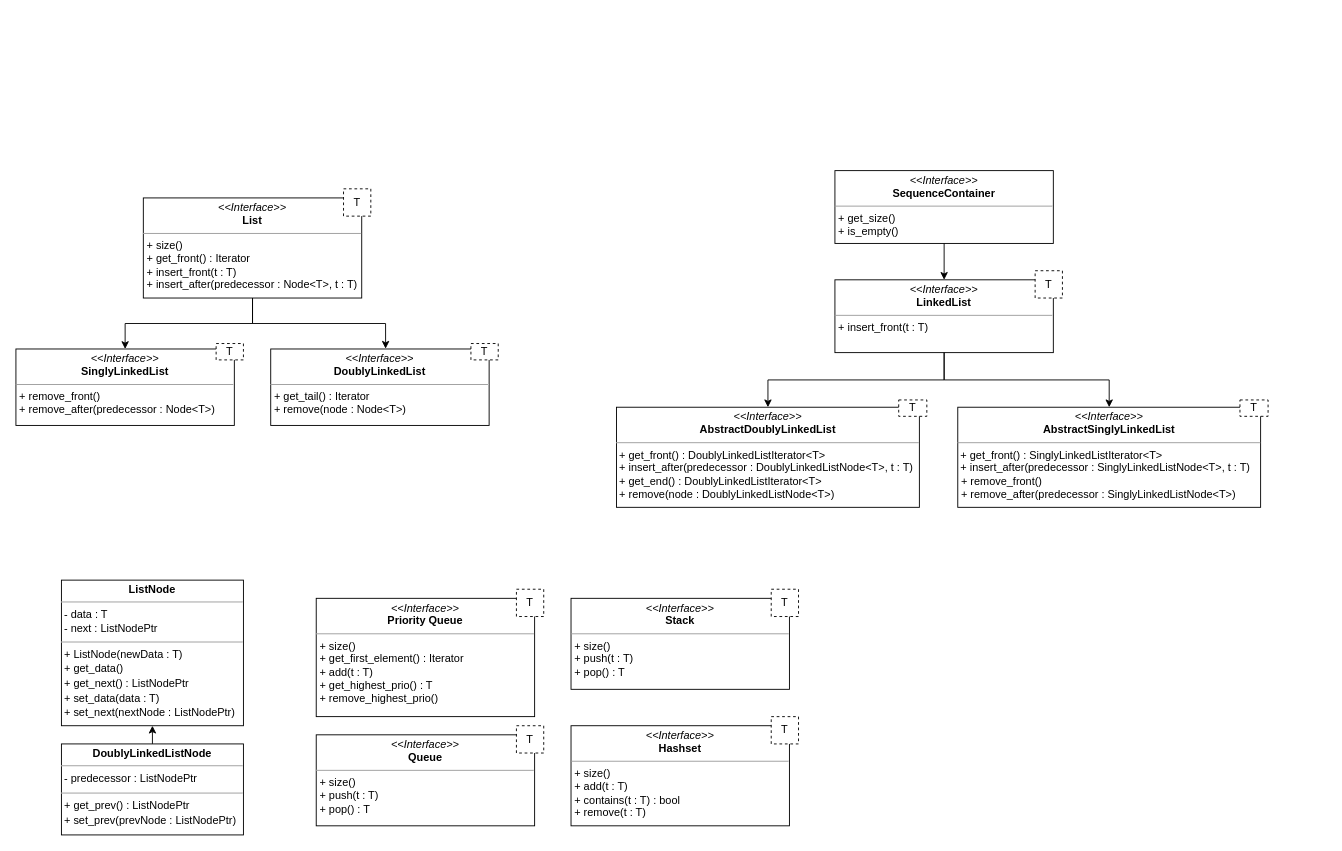
Above: docs/Implementation Details/implementatio_details.drawio in christiangoerdes/Data-Structures (draw.io), before the change. Source tidied: cells renumbered, new cells numbered last; positions are measured from the earlier drawing's top-left corner, leaving out a move shared by most shapes. Both pictures are drawn from the tidied source at 91%, with x=0, y=0 at pixel (15, 161).
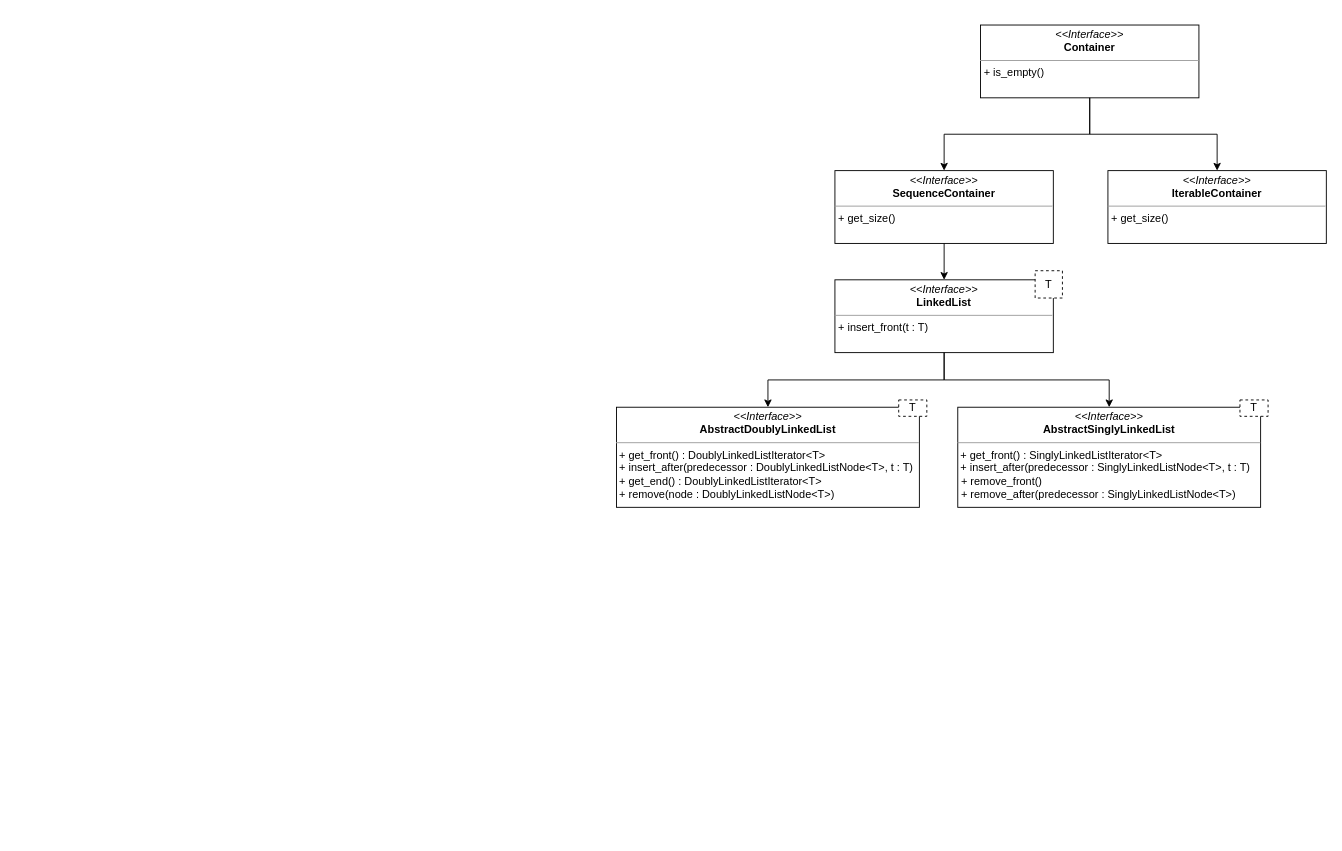
The same page after the edit.

Unchanged cells that the change refers to:
```xml
<mxCell id="39" style="group;" parent="1" vertex="1">
  <mxGeometry x="900" width="250" height="150" as="geometry" />
</mxCell>
```

Change to the diagram source:
```diff
@@
-    <mxCell id="2" style="group;" parent="1" vertex="1">
-      <mxGeometry x="330" y="620" width="250" height="110" as="geometry" />
-    </mxCell>
-    <mxCell id="3" value="&lt;p style=&quot;margin:0px;margin-top:4px;text-align:center;&quot;&gt;&lt;i&gt;&amp;lt;&amp;lt;Interface&amp;gt;&amp;gt;&lt;/i&gt;&lt;br&gt;&lt;b&gt;Queue&lt;/b&gt;&lt;/p&gt;&lt;hr size=&quot;1&quot;&gt;&lt;p style=&quot;border-color: var(--border-color); margin: 0px 0px 0px 4px;&quot;&gt;+ size()&amp;nbsp;&lt;/p&gt;&lt;p style=&quot;border-color: var(--border-color); margin: 0px 0px 0px 4px;&quot;&gt;+ push(t : T)&lt;/p&gt;&lt;p style=&quot;border-color: var(--border-color); margin: 0px 0px 0px 4px;&quot;&gt;+ pop() : T&lt;/p&gt;" style="verticalAlign=top;align=left;overflow=fill;fontSize=12;fontFamily=Helvetica;html=1;whiteSpace=wrap;" parent="2" vertex="1">
-      <mxGeometry y="10" width="240" height="100" as="geometry" />
-    </mxCell>
-    <mxCell id="4" value="T" style="fontStyle=0;dashed=1;html=1;whiteSpace=wrap;" parent="2" vertex="1">
-      <mxGeometry x="220" width="30" height="30" as="geometry" />
-    </mxCell>
-    <mxCell id="5" style="group;" parent="1" vertex="1">
-      <mxGeometry x="610" y="610" width="250" height="120" as="geometry" />
-    </mxCell>
-    <mxCell id="6" value="&lt;p style=&quot;margin:0px;margin-top:4px;text-align:center;&quot;&gt;&lt;i&gt;&amp;lt;&amp;lt;Interface&amp;gt;&amp;gt;&lt;/i&gt;&lt;br&gt;&lt;b&gt;Hashset&lt;/b&gt;&lt;/p&gt;&lt;hr size=&quot;1&quot;&gt;&lt;p style=&quot;margin:0px;margin-left:4px;&quot;&gt;+ size()&amp;nbsp;&lt;/p&gt;&lt;p style=&quot;margin:0px;margin-left:4px;&quot;&gt;+ add(t : T)&lt;/p&gt;&lt;p style=&quot;margin:0px;margin-left:4px;&quot;&gt;+ contains(t : T) : bool&lt;/p&gt;&lt;p style=&quot;margin:0px;margin-left:4px;&quot;&gt;+ remove(t : T)&lt;/p&gt;" style="verticalAlign=top;align=left;overflow=fill;fontSize=12;fontFamily=Helvetica;html=1;whiteSpace=wrap;" parent="5" vertex="1">
-      <mxGeometry y="10" width="240" height="110" as="geometry" />
-    </mxCell>
-    <mxCell id="7" value="T" style="fontStyle=0;dashed=1;html=1;whiteSpace=wrap;" parent="5" vertex="1">
-      <mxGeometry x="220" width="30" height="30" as="geometry" />
-    </mxCell>
-    <mxCell id="8" style="group;" parent="1" vertex="1">
-      <mxGeometry x="610" y="470" width="371" height="110" as="geometry" />
-    </mxCell>
-    <mxCell id="9" value="&lt;p style=&quot;margin:0px;margin-top:4px;text-align:center;&quot;&gt;&lt;i&gt;&amp;lt;&amp;lt;Interface&amp;gt;&amp;gt;&lt;/i&gt;&lt;br&gt;&lt;b&gt;Stack&lt;/b&gt;&lt;/p&gt;&lt;hr size=&quot;1&quot;&gt;&lt;p style=&quot;margin:0px;margin-left:4px;&quot;&gt;+ size()&amp;nbsp;&lt;/p&gt;&lt;p style=&quot;margin:0px;margin-left:4px;&quot;&gt;+ push(t : T)&lt;/p&gt;&lt;p style=&quot;margin:0px;margin-left:4px;&quot;&gt;+ pop() : T&lt;/p&gt;" style="verticalAlign=top;align=left;overflow=fill;fontSize=12;fontFamily=Helvetica;html=1;whiteSpace=wrap;" parent="8" vertex="1">
-      <mxGeometry y="10" width="240" height="100" as="geometry" />
-    </mxCell>
-    <mxCell id="10" value="T" style="fontStyle=0;dashed=1;html=1;whiteSpace=wrap;" parent="8" vertex="1">
-      <mxGeometry x="220" width="30" height="30" as="geometry" />
-    </mxCell>
-    <mxCell id="11" style="group;" parent="1" vertex="1">
-      <mxGeometry x="330" y="470" width="250" height="140" as="geometry" />
-    </mxCell>
-    <mxCell id="12" value="&lt;p style=&quot;margin:0px;margin-top:4px;text-align:center;&quot;&gt;&lt;i&gt;&amp;lt;&amp;lt;Interface&amp;gt;&amp;gt;&lt;/i&gt;&lt;br&gt;&lt;b&gt;Priority Queue&lt;/b&gt;&lt;/p&gt;&lt;hr size=&quot;1&quot;&gt;&lt;p style=&quot;margin:0px;margin-left:4px;&quot;&gt;+ size()&amp;nbsp;&lt;/p&gt;&lt;p style=&quot;margin:0px;margin-left:4px;&quot;&gt;&lt;span style=&quot;background-color: initial;&quot;&gt;+ get_first_element() : Iterator&lt;/span&gt;&lt;/p&gt;&lt;p style=&quot;margin:0px;margin-left:4px;&quot;&gt;+ add(t : T)&lt;/p&gt;&lt;p style=&quot;margin:0px;margin-left:4px;&quot;&gt;+ get_highest_prio() : T&lt;/p&gt;&lt;p style=&quot;margin:0px;margin-left:4px;&quot;&gt;+ remove_highest_prio()&lt;/p&gt;" style="verticalAlign=top;align=left;overflow=fill;fontSize=12;fontFamily=Helvetica;html=1;whiteSpace=wrap;" parent="11" vertex="1">
-      <mxGeometry y="10" width="240" height="130" as="geometry" />
-    </mxCell>
-    <mxCell id="13" value="T" style="fontStyle=0;dashed=1;html=1;whiteSpace=wrap;" parent="11" vertex="1">
-      <mxGeometry x="220" width="30" height="30" as="geometry" />
-    </mxCell>
-    <mxCell id="14" style="group;" parent="1" vertex="1">
-      <mxGeometry x="140" y="30" width="250" height="150" as="geometry" />
-    </mxCell>
-    <mxCell id="15" value="&lt;p style=&quot;margin:0px;margin-top:4px;text-align:center;&quot;&gt;&lt;i&gt;&amp;lt;&amp;lt;Interface&amp;gt;&amp;gt;&lt;/i&gt;&lt;br&gt;&lt;b&gt;List&lt;/b&gt;&lt;/p&gt;&lt;hr size=&quot;1&quot;&gt;&lt;p style=&quot;margin:0px;margin-left:4px;&quot;&gt;+ size()&amp;nbsp;&lt;/p&gt;&lt;p style=&quot;margin:0px;margin-left:4px;&quot;&gt;&lt;span style=&quot;background-color: initial;&quot;&gt;+ get_front() : Iterator&lt;/span&gt;&lt;/p&gt;&lt;p style=&quot;margin:0px;margin-left:4px;&quot;&gt;+ insert_front(t : T)&lt;/p&gt;&lt;p style=&quot;margin:0px;margin-left:4px;&quot;&gt;+ insert_after(predecessor : Node&amp;lt;T&amp;gt;, t : T)&lt;/p&gt;" style="verticalAlign=top;align=left;overflow=fill;fontSize=12;fontFamily=Helvetica;html=1;whiteSpace=wrap;" parent="14" vertex="1">
-      <mxGeometry y="10" width="240" height="110" as="geometry" />
-    </mxCell>
-    <mxCell id="16" value="T" style="fontStyle=0;dashed=1;html=1;whiteSpace=wrap;" parent="14" vertex="1">
-      <mxGeometry x="220" width="30" height="30" as="geometry" />
-    </mxCell>
-    <mxCell id="17" value="&lt;p style=&quot;margin:0px;margin-top:4px;text-align:center;&quot;&gt;&lt;b&gt;ListNode&lt;/b&gt;&lt;/p&gt;&lt;hr size=&quot;1&quot;&gt;&amp;nbsp;- data : T&lt;br&gt;&amp;nbsp;- next : ListNodePtr&lt;br&gt;&lt;div style=&quot;height:2px;&quot;&gt;&lt;/div&gt;&lt;hr size=&quot;1&quot;&gt;&lt;div style=&quot;height:2px;&quot;&gt;&amp;nbsp;+ ListNode(newData : T)&lt;/div&gt;&lt;div style=&quot;height:2px;&quot;&gt;&lt;br&gt;&lt;/div&gt;&lt;div style=&quot;height:2px;&quot;&gt;&lt;br&gt;&lt;/div&gt;&lt;div style=&quot;height:2px;&quot;&gt;&lt;br&gt;&lt;/div&gt;&lt;div style=&quot;height:2px;&quot;&gt;&lt;br&gt;&lt;/div&gt;&lt;div style=&quot;height:2px;&quot;&gt;&lt;br&gt;&lt;/div&gt;&lt;div style=&quot;height:2px;&quot;&gt;&lt;br&gt;&lt;/div&gt;&lt;div style=&quot;height:2px;&quot;&gt;&lt;span style=&quot;background-color: initial;&quot;&gt;&amp;nbsp;&lt;/span&gt;&lt;/div&gt;&lt;div style=&quot;height:2px;&quot;&gt;&lt;span style=&quot;background-color: initial;&quot;&gt;&amp;nbsp;+ get_data()&lt;/span&gt;&lt;br&gt;&lt;/div&gt;&lt;div style=&quot;height:2px;&quot;&gt;&lt;br&gt;&lt;/div&gt;&lt;div style=&quot;height:2px;&quot;&gt;&lt;br&gt;&lt;/div&gt;&lt;div style=&quot;height:2px;&quot;&gt;&lt;br&gt;&lt;/div&gt;&lt;div style=&quot;height:2px;&quot;&gt;&lt;br&gt;&lt;/div&gt;&lt;div style=&quot;height:2px;&quot;&gt;&amp;nbsp;&lt;/div&gt;&lt;div style=&quot;height:2px;&quot;&gt;&lt;br&gt;&lt;/div&gt;&lt;div style=&quot;height:2px;&quot;&gt;&lt;br&gt;&lt;/div&gt;&lt;div style=&quot;height:2px;&quot;&gt;&amp;nbsp;+ get_next() : ListNodePtr&lt;/div&gt;&lt;div style=&quot;height:2px;&quot;&gt;&lt;br&gt;&lt;/div&gt;&lt;div style=&quot;height:2px;&quot;&gt;&lt;br&gt;&lt;/div&gt;&lt;div style=&quot;height:2px;&quot;&gt;&lt;br&gt;&lt;/div&gt;&lt;div style=&quot;height:2px;&quot;&gt;&lt;br&gt;&lt;/div&gt;&lt;div style=&quot;height:2px;&quot;&gt;&lt;br&gt;&lt;/div&gt;&lt;div style=&quot;height:2px;&quot;&gt;&lt;br&gt;&lt;/div&gt;&lt;div style=&quot;height:2px;&quot;&gt;&amp;nbsp;&lt;/div&gt;&lt;div style=&quot;height:2px;&quot;&gt;&lt;span style=&quot;background-color: initial;&quot;&gt;&amp;nbsp;+ set_data(data : T)&lt;/span&gt;&lt;br&gt;&lt;/div&gt;&lt;div style=&quot;height:2px;&quot;&gt;&lt;span style=&quot;background-color: initial;&quot;&gt;&lt;br&gt;&lt;/span&gt;&lt;/div&gt;&lt;div style=&quot;height:2px;&quot;&gt;&lt;span style=&quot;background-color: initial;&quot;&gt;&lt;br&gt;&lt;/span&gt;&lt;/div&gt;&lt;div style=&quot;height:2px;&quot;&gt;&lt;span style=&quot;background-color: initial;&quot;&gt;&lt;br&gt;&lt;/span&gt;&lt;/div&gt;&lt;div style=&quot;height:2px;&quot;&gt;&lt;span style=&quot;background-color: initial;&quot;&gt;&lt;br&gt;&lt;/span&gt;&lt;/div&gt;&lt;div style=&quot;height:2px;&quot;&gt;&lt;span style=&quot;background-color: initial;&quot;&gt;&lt;br&gt;&lt;/span&gt;&lt;/div&gt;&lt;div style=&quot;height:2px;&quot;&gt;&lt;span style=&quot;background-color: initial;&quot;&gt;&lt;br&gt;&lt;/span&gt;&lt;/div&gt;&lt;div style=&quot;height:2px;&quot;&gt;&lt;span style=&quot;background-color: initial;&quot;&gt;&amp;nbsp;&lt;/span&gt;&lt;/div&gt;&lt;div style=&quot;height:2px;&quot;&gt;&lt;span style=&quot;background-color: initial;&quot;&gt;&amp;nbsp;+ set_next(nextNode : ListNodePtr)&lt;/span&gt;&lt;/div&gt;" style="verticalAlign=top;align=left;overflow=fill;fontSize=12;fontFamily=Helvetica;html=1;whiteSpace=wrap;" parent="1" vertex="1">
-      <mxGeometry x="50" y="460" width="200" height="160" as="geometry" />
-    </mxCell>
-    <mxCell id="18" style="edgeStyle=orthogonalEdgeStyle;rounded=0;jettySize=auto;html=1;exitX=0.5;exitY=0;exitDx=0;exitDy=0;entryX=0.5;entryY=1;entryDx=0;entryDy=0;" parent="1" edge="1" source="19" target="17">
-      <mxGeometry relative="1" as="geometry" />
-    </mxCell>
-    <mxCell id="19" value="&lt;p style=&quot;margin:0px;margin-top:4px;text-align:center;&quot;&gt;&lt;b&gt;DoublyLinkedListNode&lt;/b&gt;&lt;/p&gt;&lt;hr size=&quot;1&quot;&gt;&amp;nbsp;- predecessor : ListNodePtr&lt;div style=&quot;height:2px;&quot;&gt;&lt;/div&gt;&lt;hr size=&quot;1&quot;&gt;&lt;div style=&quot;height:2px;&quot;&gt;&amp;nbsp;+ get_prev() : ListNodePtr&lt;/div&gt;&lt;div style=&quot;height:2px;&quot;&gt;&lt;br&gt;&lt;/div&gt;&lt;div style=&quot;height:2px;&quot;&gt;&lt;br&gt;&lt;/div&gt;&lt;div style=&quot;height:2px;&quot;&gt;&lt;br&gt;&lt;/div&gt;&lt;div style=&quot;height:2px;&quot;&gt;&lt;br&gt;&lt;/div&gt;&lt;div style=&quot;height:2px;&quot;&gt;&lt;br&gt;&lt;/div&gt;&lt;div style=&quot;height:2px;&quot;&gt;&lt;br&gt;&lt;/div&gt;&lt;div style=&quot;height:2px;&quot;&gt;&lt;br&gt;&lt;/div&gt;&lt;div style=&quot;height:2px;&quot;&gt;&amp;nbsp;+ set_prev(prevNode : ListNodePtr)&lt;/div&gt;" style="verticalAlign=top;align=left;overflow=fill;fontSize=12;fontFamily=Helvetica;html=1;whiteSpace=wrap;" parent="1" vertex="1">
-      <mxGeometry x="50" y="640" width="200" height="100" as="geometry" />
-    </mxCell>
-    <mxCell id="20" style="edgeStyle=orthogonalEdgeStyle;rounded=0;jettySize=auto;html=1;" parent="1" edge="1" source="15" target="33">
-      <mxGeometry relative="1" as="geometry" />
-    </mxCell>
@@
-    <mxCell id="32" style="group;" parent="1" vertex="1">
-      <mxGeometry y="200" width="250" height="90" as="geometry" />
-    </mxCell>
-    <mxCell id="33" value="&lt;p style=&quot;margin:0px;margin-top:4px;text-align:center;&quot;&gt;&lt;i&gt;&amp;lt;&amp;lt;Interface&amp;gt;&amp;gt;&lt;/i&gt;&lt;br&gt;&lt;b&gt;SinglyLinkedList&lt;/b&gt;&lt;/p&gt;&lt;hr size=&quot;1&quot;&gt;&lt;p style=&quot;margin:0px;margin-left:4px;&quot;&gt;+ remove_front()&lt;/p&gt;&lt;p style=&quot;margin:0px;margin-left:4px;&quot;&gt;+ remove_after(predecessor : Node&amp;lt;T&amp;gt;)&lt;/p&gt;" style="verticalAlign=top;align=left;overflow=fill;fontSize=12;fontFamily=Helvetica;html=1;whiteSpace=wrap;" parent="32" vertex="1">
-      <mxGeometry y="6" width="240" height="84" as="geometry" />
-    </mxCell>
-    <mxCell id="34" value="T" style="fontStyle=0;dashed=1;html=1;whiteSpace=wrap;" parent="32" vertex="1">
-      <mxGeometry x="220" width="30" height="18" as="geometry" />
-    </mxCell>
-    <mxCell id="35" style="group;" parent="1" vertex="1">
-      <mxGeometry x="280" y="200" width="250" height="90" as="geometry" />
-    </mxCell>
-    <mxCell id="36" value="&lt;p style=&quot;margin:0px;margin-top:4px;text-align:center;&quot;&gt;&lt;i&gt;&amp;lt;&amp;lt;Interface&amp;gt;&amp;gt;&lt;/i&gt;&lt;br&gt;&lt;b&gt;DoublyLinkedList&lt;/b&gt;&lt;/p&gt;&lt;hr size=&quot;1&quot;&gt;&lt;p style=&quot;margin:0px;margin-left:4px;&quot;&gt;+ get_tail() : Iterator&lt;/p&gt;&lt;p style=&quot;margin:0px;margin-left:4px;&quot;&gt;+ remove(node : Node&amp;lt;T&amp;gt;)&lt;/p&gt;" style="verticalAlign=top;align=left;overflow=fill;fontSize=12;fontFamily=Helvetica;html=1;whiteSpace=wrap;" parent="35" vertex="1">
-      <mxGeometry y="6" width="240" height="84" as="geometry" />
-    </mxCell>
-    <mxCell id="37" value="T" style="fontStyle=0;dashed=1;html=1;whiteSpace=wrap;" parent="35" vertex="1">
-      <mxGeometry x="220" width="30" height="18" as="geometry" />
-    </mxCell>
-    <mxCell id="38" style="edgeStyle=orthogonalEdgeStyle;rounded=0;jettySize=auto;html=1;exitX=0.5;exitY=1;exitDx=0;exitDy=0;entryX=0.526;entryY=-0.004;entryDx=0;entryDy=0;entryPerimeter=0;" parent="1" edge="1" source="15" target="36">
-      <mxGeometry relative="1" as="geometry" />
-    </mxCell>
@@
-    <mxCell id="40" value="&lt;p style=&quot;margin:0px;margin-top:4px;text-align:center;&quot;&gt;&lt;i&gt;&amp;lt;&amp;lt;Interface&amp;gt;&amp;gt;&lt;/i&gt;&lt;br&gt;&lt;b&gt;SequenceContainer&lt;/b&gt;&lt;/p&gt;&lt;hr size=&quot;1&quot;&gt;&lt;p style=&quot;margin:0px;margin-left:4px;&quot;&gt;+ get_size()&amp;nbsp;&lt;/p&gt;&lt;p style=&quot;margin:0px;margin-left:4px;&quot;&gt;+ is_empty()&lt;/p&gt;" style="verticalAlign=top;align=left;overflow=fill;fontSize=12;fontFamily=Helvetica;html=1;whiteSpace=wrap;" parent="39" vertex="1">
+    <mxCell id="40" value="&lt;p style=&quot;margin:0px;margin-top:4px;text-align:center;&quot;&gt;&lt;i&gt;&amp;lt;&amp;lt;Interface&amp;gt;&amp;gt;&lt;/i&gt;&lt;br&gt;&lt;b&gt;SequenceContainer&lt;/b&gt;&lt;/p&gt;&lt;hr size=&quot;1&quot;&gt;&lt;p style=&quot;margin:0px;margin-left:4px;&quot;&gt;+ get_size()&amp;nbsp;&lt;/p&gt;" style="verticalAlign=top;align=left;overflow=fill;fontSize=12;fontFamily=Helvetica;html=1;whiteSpace=wrap;" parent="39" vertex="1">
       <mxGeometry y="10" width="240" height="80" as="geometry" />
     </mxCell>
@@
+    <mxCell id="42" style="group;" parent="1" vertex="1">
+      <mxGeometry x="1060" y="-160" width="250" height="150" as="geometry" />
+    </mxCell>
+    <mxCell id="43" value="&lt;p style=&quot;margin:0px;margin-top:4px;text-align:center;&quot;&gt;&lt;i&gt;&amp;lt;&amp;lt;Interface&amp;gt;&amp;gt;&lt;/i&gt;&lt;br&gt;&lt;b&gt;Container&lt;/b&gt;&lt;/p&gt;&lt;hr size=&quot;1&quot;&gt;&lt;p style=&quot;margin:0px;margin-left:4px;&quot;&gt;&lt;span style=&quot;background-color: initial;&quot;&gt;+ is_empty()&lt;/span&gt;&lt;br&gt;&lt;/p&gt;" style="verticalAlign=top;align=left;overflow=fill;fontSize=12;fontFamily=Helvetica;html=1;whiteSpace=wrap;" parent="42" vertex="1">
+      <mxGeometry y="10" width="240" height="80" as="geometry" />
+    </mxCell>
+    <mxCell id="44" style="edgeStyle=orthogonalEdgeStyle;rounded=0;jettySize=auto;html=1;exitX=0.5;exitY=1;exitDx=0;exitDy=0;entryX=0.5;entryY=0;entryDx=0;entryDy=0;" parent="1" edge="1" source="43" target="40">
+      <mxGeometry relative="1" as="geometry" />
+    </mxCell>
+    <mxCell id="45" value="&lt;p style=&quot;margin:0px;margin-top:4px;text-align:center;&quot;&gt;&lt;i&gt;&amp;lt;&amp;lt;Interface&amp;gt;&amp;gt;&lt;/i&gt;&lt;br&gt;&lt;b&gt;IterableContainer&lt;/b&gt;&lt;br&gt;&lt;/p&gt;&lt;hr size=&quot;1&quot;&gt;&lt;p style=&quot;margin:0px;margin-left:4px;&quot;&gt;+ get_size()&amp;nbsp;&lt;/p&gt;" style="verticalAlign=top;align=left;overflow=fill;fontSize=12;fontFamily=Helvetica;html=1;whiteSpace=wrap;" parent="1" vertex="1">
+      <mxGeometry x="1200" y="10" width="240" height="80" as="geometry" />
+    </mxCell>
+    <mxCell id="46" style="edgeStyle=orthogonalEdgeStyle;rounded=0;jettySize=auto;html=1;exitX=0.5;exitY=1;exitDx=0;exitDy=0;entryX=0.5;entryY=0;entryDx=0;entryDy=0;" parent="1" edge="1" source="43" target="45">
+      <mxGeometry relative="1" as="geometry" />
+    </mxCell>
```
